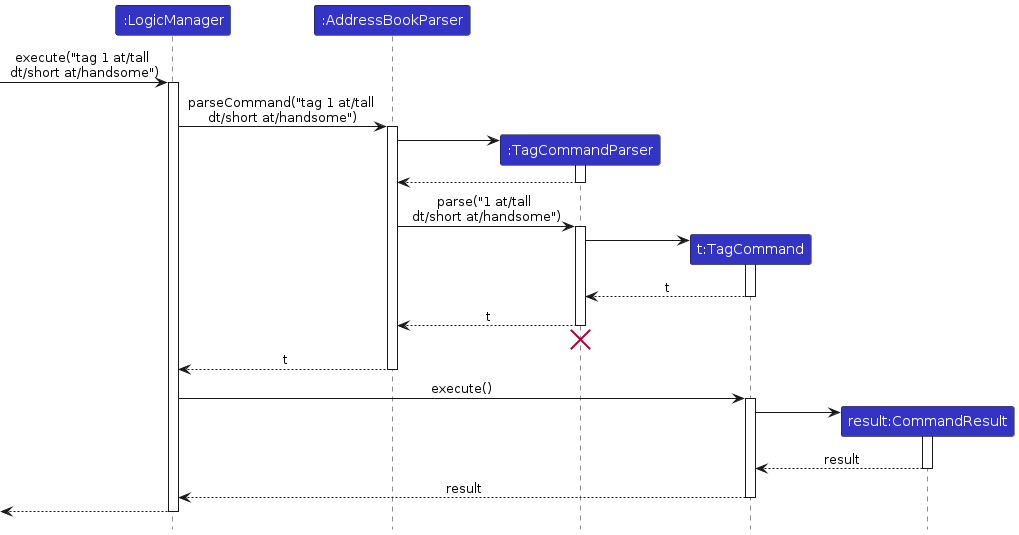
TehOPanas/tP keeps this PlantUML diagram as diagrams/tag-feature/TagSequenceDiagram.png. Above is the earlier version. Its source is kept beside it as diagrams/tag-feature/TagSequenceDiagram.puml.
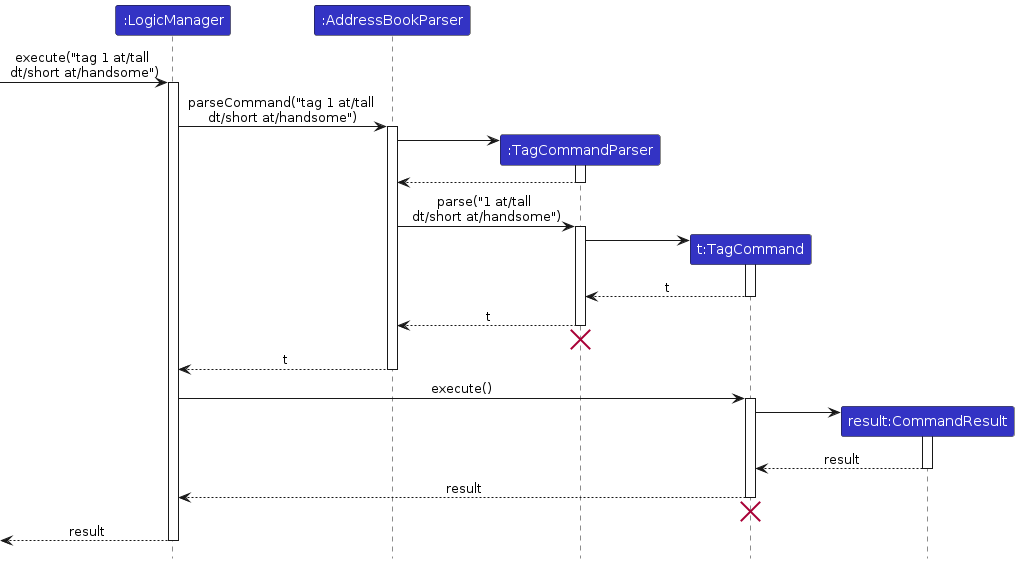
The same file after the commit.

What changed in the source:
```diff
@@ -52,7 +52,9 @@
 
 TagCommand --> LogicManager : result
 deactivate TagCommand
+TagCommand -[hidden]-> LogicManager
+destroy TagCommand
 
-[<--LogicManager
+[<--LogicManager : result
 deactivate LogicManager
 @enduml
```
